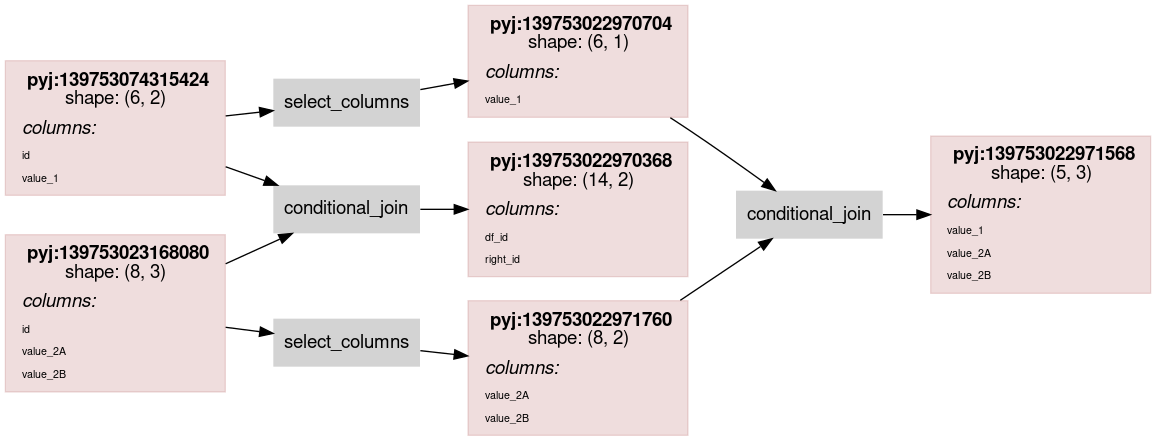
This is scripts/rdflog/conditional_join.ttl.dot.png from asmirnov69/pyjviz-poc, a Graphviz export, as it was before one commit. Its source is kept beside it as scripts/rdflog/conditional_join.ttl.dot.
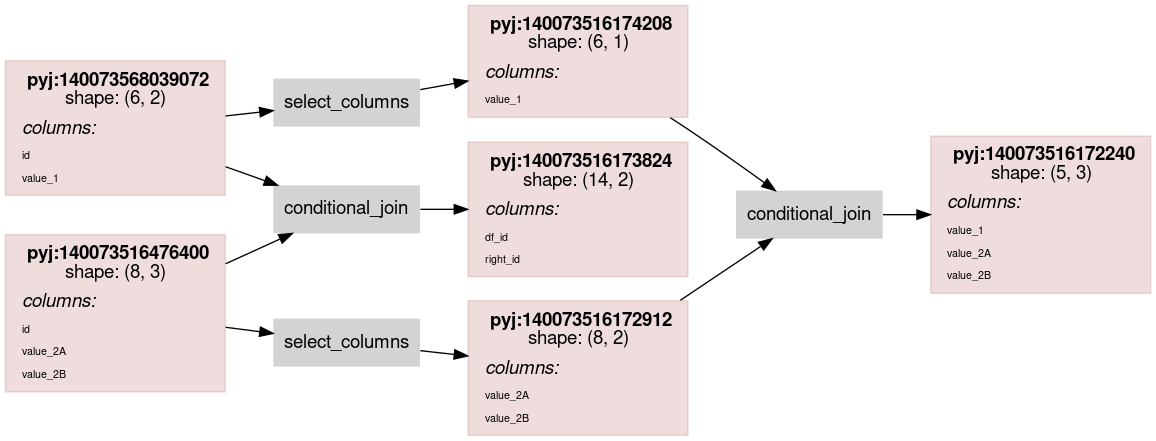
The same file after the commit.

The edit, as a diff of the source:
```diff
@@ -14,7 +14,7 @@
                 color="#88000022"
                 shape = rect
                 label = <<table border="0" cellborder="0" cellspacing="0" cellpadding="4">
-                         <tr> <td> <b>pyj:139753074315424</b><br/>shape: (6, 2)</td> </tr>
+                         <tr> <td> <b>pyj:140073568039072</b><br/>shape: (6, 2)</td> </tr>
                          <tr> <td align="left"><i>columns:</i><br align="left"/></td></tr>
                 <tr><td align="left"><FONT POINT-SIZE="8px">id</FONT></td></tr>
 <tr><td align="left"><FONT POINT-SIZE="8px">value_1</FONT></td></tr>
@@ -24,7 +24,7 @@
                 color="#88000022"
                 shape = rect
                 label = <<table border="0" cellborder="0" cellspacing="0" cellpadding="4">
-                         <tr> <td> <b>pyj:139753022970368</b><br/>shape: (14, 2)</td> </tr>
+                         <tr> <td> <b>pyj:140073516173824</b><br/>shape: (14, 2)</td> </tr>
                          <tr> <td align="left"><i>columns:</i><br align="left"/></td></tr>
                 <tr><td align="left"><FONT POINT-SIZE="8px">df_id</FONT></td></tr>
 <tr><td align="left"><FONT POINT-SIZE="8px">right_id</FONT></td></tr>
@@ -34,7 +34,7 @@
                 color="#88000022"
                 shape = rect
                 label = <<table border="0" cellborder="0" cellspacing="0" cellpadding="4">
-                         <tr> <td> <b>pyj:139753023168080</b><br/>shape: (8, 3)</td> </tr>
+                         <tr> <td> <b>pyj:140073516476400</b><br/>shape: (8, 3)</td> </tr>
                          <tr> <td align="left"><i>columns:</i><br align="left"/></td></tr>
                 <tr><td align="left"><FONT POINT-SIZE="8px">id</FONT></td></tr>
 <tr><td align="left"><FONT POINT-SIZE="8px">value_2A</FONT></td></tr>
@@ -45,7 +45,7 @@
                 color="#88000022"
                 shape = rect
                 label = <<table border="0" cellborder="0" cellspacing="0" cellpadding="4">
-                         <tr> <td> <b>pyj:139753022970704</b><br/>shape: (6, 1)</td> </tr>
+                         <tr> <td> <b>pyj:140073516174208</b><br/>shape: (6, 1)</td> </tr>
                          <tr> <td align="left"><i>columns:</i><br align="left"/></td></tr>
                 <tr><td align="left"><FONT POINT-SIZE="8px">value_1</FONT></td></tr>
                          </table>>
@@ -54,7 +54,7 @@
                 color="#88000022"
                 shape = rect
                 label = <<table border="0" cellborder="0" cellspacing="0" cellpadding="4">
-                         <tr> <td> <b>pyj:139753022971760</b><br/>shape: (8, 2)</td> </tr>
+                         <tr> <td> <b>pyj:140073516172912</b><br/>shape: (8, 2)</td> </tr>
                          <tr> <td align="left"><i>columns:</i><br align="left"/></td></tr>
                 <tr><td align="left"><FONT POINT-SIZE="8px">value_2A</FONT></td></tr>
 <tr><td align="left"><FONT POINT-SIZE="8px">value_2B</FONT></td></tr>
@@ -64,7 +64,7 @@
                 color="#88000022"
                 shape = rect
                 label = <<table border="0" cellborder="0" cellspacing="0" cellpadding="4">
-                         <tr> <td> <b>pyj:139753022971568</b><br/>shape: (5, 3)</td> </tr>
+                         <tr> <td> <b>pyj:140073516172240</b><br/>shape: (5, 3)</td> </tr>
                          <tr> <td align="left"><i>columns:</i><br align="left"/></td></tr>
                 <tr><td align="left"><FONT POINT-SIZE="8px">value_1</FONT></td></tr>
 <tr><td align="left"><FONT POINT-SIZE="8px">value_2A</FONT></td></tr>
```
